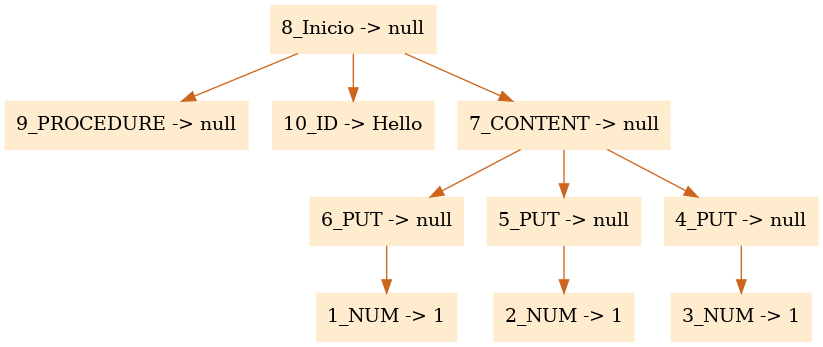
FranciscoPagoaga/Ada95-Compiler keeps this Graphviz diagram as CompiladorAda/arbol.png. Above is the earlier version. Its source is kept beside it as CompiladorAda/arbol.dot.
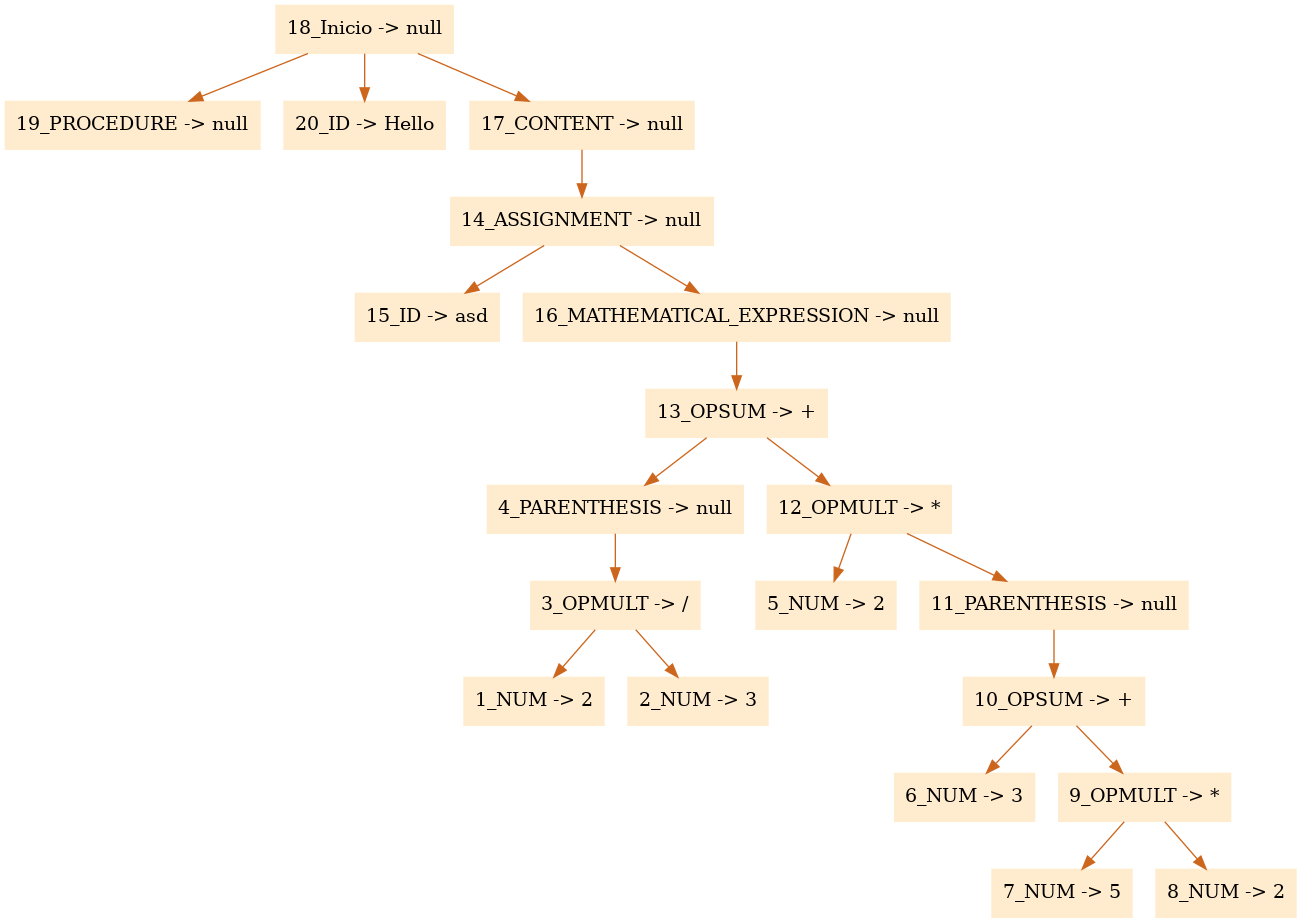
Later version of the same file.

What changed in the source:
```diff
@@ -1,14 +1,24 @@
 digraph G {node[shape=box, style=filled, color=blanchedalmond]; edge[color=chocolate3];rankdir=UD
 
-"8_Inicio -> null"->"9_PROCEDURE -> null"
-"8_Inicio -> null"->"10_ID -> Hello"
-"8_Inicio -> null"->"7_CONTENT -> null"
-"7_CONTENT -> null"->"6_PUT -> null"
-"6_PUT -> null"->"1_NUM -> 1"
-"7_CONTENT -> null"->"5_PUT -> null"
-"5_PUT -> null"->"2_NUM -> 1"
-"7_CONTENT -> null"->"4_PUT -> null"
-"4_PUT -> null"->"3_NUM -> 1"
+"18_Inicio -> null"->"19_PROCEDURE -> null"
+"18_Inicio -> null"->"20_ID -> Hello"
+"18_Inicio -> null"->"17_CONTENT -> null"
+"17_CONTENT -> null"->"14_ASSIGNMENT -> null"
+"14_ASSIGNMENT -> null"->"15_ID -> asd"
+"14_ASSIGNMENT -> null"->"16_MATHEMATICAL_EXPRESSION -> null"
+"16_MATHEMATICAL_EXPRESSION -> null"->"13_OPSUM -> +"
+"13_OPSUM -> +"->"4_PARENTHESIS -> null"
+"4_PARENTHESIS -> null"->"3_OPMULT -> /"
+"3_OPMULT -> /"->"1_NUM -> 2"
+"3_OPMULT -> /"->"2_NUM -> 3"
+"13_OPSUM -> +"->"12_OPMULT -> *"
+"12_OPMULT -> *"->"5_NUM -> 2"
+"12_OPMULT -> *"->"11_PARENTHESIS -> null"
+"11_PARENTHESIS -> null"->"10_OPSUM -> +"
+"10_OPSUM -> +"->"6_NUM -> 3"
+"10_OPSUM -> +"->"9_OPMULT -> *"
+"9_OPMULT -> *"->"7_NUM -> 5"
+"9_OPMULT -> *"->"8_NUM -> 2"
 
 
 }
```
